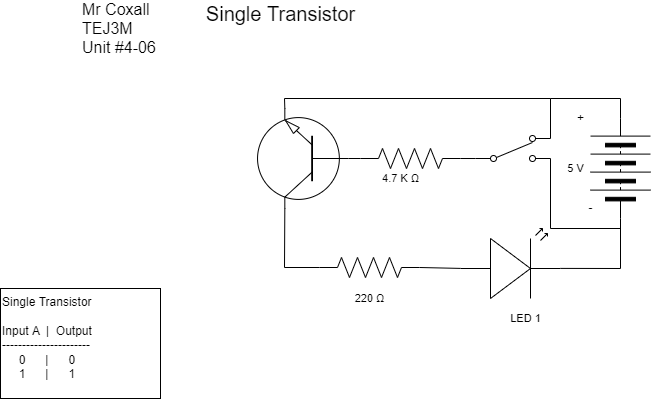
tej3m1-1-2021/TEJ3M-Unit4 keeps this draw.io diagram as Unit4-06/TEJ3M-Unit4-06.png. Above is the earlier version. Source tidied: cells renumbered, new cells last; positions are measured from the earlier drawing's top-left corner, leaving out a move shared by most shapes.
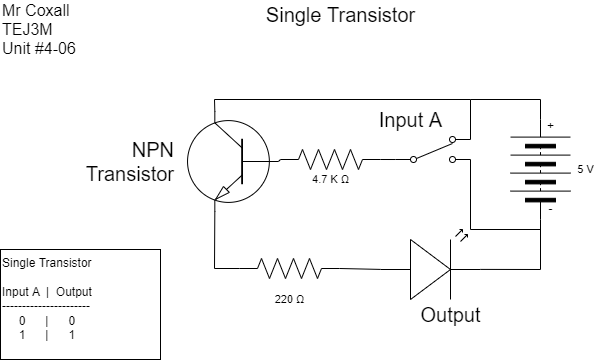
After the commit.

What changed in the source:
```diff
@@ -8,6 +8,13 @@
     <mxCell id="3" style="edgeStyle=none;rounded=0;html=1;exitX=1;exitY=0.5;exitDx=0;exitDy=0;exitPerimeter=0;entryX=0;entryY=0.57;entryDx=0;entryDy=0;entryPerimeter=0;fontSize=20;endArrow=none;endFill=0;" parent="1" edge="1" source="4" target="6">
       <mxGeometry relative="1" as="geometry" />
     </mxCell>
+    <mxCell id="24" style="edgeStyle=none;html=1;exitX=0;exitY=0.5;exitDx=0;exitDy=0;exitPerimeter=0;endArrow=none;endFill=0;entryX=0.7;entryY=1;entryDx=0;entryDy=0;entryPerimeter=0;rounded=0;" parent="1" edge="1" source="4" target="20">
+      <mxGeometry relative="1" as="geometry">
+        <Array as="points">
+          <mxPoint x="294" y="264" />
+        </Array>
+      </mxGeometry>
+    </mxCell>
     <mxCell id="4" style="verticalLabelPosition=bottom;shadow=0;dashed=0;align=center;html=1;verticalAlign=top;shape=mxgraph.electrical.resistors.resistor_2;" parent="1" vertex="1">
       <mxGeometry x="319" y="254" width="100" height="20" as="geometry" />
     </mxCell>
@@ -22,19 +29,16 @@
       <mxGeometry x="460" y="225" width="100" height="70" as="geometry" />
     </mxCell>
     <mxCell id="7" value="5 V" style="text;html=1;align=center;verticalAlign=middle;strokeColor=none;fillColor=none;fontSize=11;fontFamily=Helvetica;fontColor=default;" parent="1" vertex="1">
-      <mxGeometry x="560" y="155" width="30" height="20" as="geometry" />
+      <mxGeometry x="650" y="155" width="30" height="20" as="geometry" />
     </mxCell>
     <mxCell id="8" value="220&amp;nbsp;Ω" style="text;html=1;align=center;verticalAlign=middle;strokeColor=none;fillColor=none;fontSize=11;fontFamily=Helvetica;fontColor=default;" parent="1" vertex="1">
       <mxGeometry x="344" y="285" width="50" height="20" as="geometry" />
     </mxCell>
-    <mxCell id="9" value="LED 1" style="text;html=1;align=center;verticalAlign=middle;strokeColor=none;fillColor=none;fontSize=11;fontFamily=Helvetica;fontColor=default;" parent="1" vertex="1">
-      <mxGeometry x="500" y="305" width="50" height="20" as="geometry" />
-    </mxCell>
     <mxCell id="10" value="&lt;font style=&quot;font-size: 16px&quot;&gt;Mr Coxall&lt;br&gt;TEJ3M&lt;br&gt;&lt;/font&gt;&lt;div style=&quot;font-size: 16px&quot;&gt;&lt;font style=&quot;font-size: 16px&quot;&gt;Unit #4-06&lt;/font&gt;&lt;/div&gt;" style="text;html=1;align=left;verticalAlign=middle;strokeColor=none;fillColor=none;fontSize=11;fontFamily=Helvetica;fontColor=default;" parent="1" vertex="1">
       <mxGeometry x="80" width="90" height="50" as="geometry" />
     </mxCell>
     <mxCell id="11" value="&lt;font style=&quot;font-size: 20px&quot;&gt;Single Transistor&lt;/font&gt;" style="text;html=1;align=center;verticalAlign=middle;strokeColor=none;fillColor=none;fontSize=11;fontFamily=Helvetica;fontColor=default;" parent="1" vertex="1">
-      <mxGeometry x="200" width="160" height="20" as="geometry" />
+      <mxGeometry x="340" width="160" height="20" as="geometry" />
     </mxCell>
     <mxCell id="12" style="edgeStyle=none;rounded=0;html=1;exitX=1;exitY=0.115;exitDx=0;exitDy=0;exitPerimeter=0;fontSize=20;endArrow=none;endFill=0;entryX=1;entryY=0.5;entryDx=0;entryDy=0;" parent="1" edge="1" source="14" target="2">
       <mxGeometry relative="1" as="geometry">
@@ -56,27 +60,27 @@
       <mxGeometry x="475" y="132" width="75" height="26" as="geometry" />
     </mxCell>
     <mxCell id="15" value="-" style="text;html=1;align=center;verticalAlign=middle;strokeColor=none;fillColor=none;" parent="1" vertex="1">
-      <mxGeometry x="580" y="195" width="20" height="20" as="geometry" />
+      <mxGeometry x="620" y="195" width="20" height="20" as="geometry" />
     </mxCell>
     <mxCell id="16" value="+" style="text;html=1;align=center;verticalAlign=middle;strokeColor=none;fillColor=none;" parent="1" vertex="1">
-      <mxGeometry x="570" y="105" width="20" height="20" as="geometry" />
+      <mxGeometry x="620" y="112" width="20" height="20" as="geometry" />
     </mxCell>
     <mxCell id="17" value="Single Transistor&lt;br&gt;&lt;br&gt;Input A&amp;nbsp; |&amp;nbsp; Output&lt;br&gt;----------------------&lt;br&gt;&amp;nbsp; &amp;nbsp; &amp;nbsp;0&amp;nbsp; &amp;nbsp; &amp;nbsp; |&amp;nbsp; &amp;nbsp; &amp;nbsp; 0&lt;br&gt;&amp;nbsp; &amp;nbsp; &amp;nbsp;1&amp;nbsp; &amp;nbsp; &amp;nbsp; |&amp;nbsp; &amp;nbsp; &amp;nbsp; 1" style="rounded=0;whiteSpace=wrap;html=1;align=left;verticalAlign=top;" parent="1" vertex="1">
-      <mxGeometry y="285" width="160" height="110" as="geometry" />
+      <mxGeometry x="80" y="245" width="160" height="110" as="geometry" />
     </mxCell>
     <mxCell id="18" style="edgeStyle=none;rounded=0;html=1;exitX=0;exitY=0.5;exitDx=0;exitDy=0;exitPerimeter=0;entryX=0;entryY=0.5;entryDx=0;entryDy=0;entryPerimeter=0;fontSize=20;endArrow=none;endFill=0;" parent="1" edge="1" source="20" target="22">
       <mxGeometry relative="1" as="geometry" />
     </mxCell>
-    <mxCell id="19" style="edgeStyle=none;rounded=0;html=1;exitX=0.7;exitY=1;exitDx=0;exitDy=0;exitPerimeter=0;fontSize=20;endArrow=none;endFill=0;" parent="1" edge="1" source="20">
-      <mxGeometry relative="1" as="geometry">
-        <mxPoint x="550" y="95" as="targetPoint" />
-        <Array as="points">
-          <mxPoint x="284" y="95" />
-        </Array>
-      </mxGeometry>
-    </mxCell>
+    <mxCell id="25" style="edgeStyle=none;rounded=0;html=1;exitX=0.7;exitY=0;exitDx=0;exitDy=0;exitPerimeter=0;endArrow=none;endFill=0;" parent="1" edge="1" source="20">
+      <mxGeometry relative="1" as="geometry">
+        <mxPoint x="550" y="95" as="targetPoint" />
+        <Array as="points">
+          <mxPoint x="294" y="95" />
+        </Array>
+      </mxGeometry>
+    </mxCell>
-    <mxCell id="20" style="verticalLabelPosition=bottom;shadow=0;dashed=0;align=center;html=1;verticalAlign=top;shape=mxgraph.electrical.transistors.npn_transistor_1;fontSize=20;rotation=-180;" parent="1" vertex="1">
-      <mxGeometry x="255" y="105" width="95" height="100" as="geometry" />
+    <mxCell id="20" style="verticalLabelPosition=bottom;shadow=0;dashed=0;align=center;html=1;verticalAlign=top;shape=mxgraph.electrical.transistors.npn_transistor_1;fontSize=20;rotation=-180;flipV=1;" parent="1" vertex="1">
+      <mxGeometry x="265" y="107" width="95" height="100" as="geometry" />
     </mxCell>
     <mxCell id="21" style="edgeStyle=none;rounded=0;html=1;exitX=1;exitY=0.5;exitDx=0;exitDy=0;exitPerimeter=0;entryX=0;entryY=0.885;entryDx=0;entryDy=0;entryPerimeter=0;fontSize=20;endArrow=none;endFill=0;" parent="1" edge="1" source="22" target="14">
       <mxGeometry relative="1" as="geometry" />
@@ -85,14 +89,16 @@
       <mxGeometry x="360" y="145" width="100" height="20" as="geometry" />
     </mxCell>
     <mxCell id="23" value="4.7 K Ω" style="text;html=1;align=center;verticalAlign=middle;strokeColor=none;fillColor=none;fontSize=11;fontFamily=Helvetica;fontColor=default;" parent="1" vertex="1">
-      <mxGeometry x="375" y="165" width="50" height="20" as="geometry" />
+      <mxGeometry x="385" y="165" width="50" height="20" as="geometry" />
     </mxCell>
-    <mxCell id="24" style="edgeStyle=none;rounded=0;html=1;exitX=0;exitY=0.5;exitDx=0;exitDy=0;exitPerimeter=0;fontSize=20;endArrow=none;endFill=0;entryX=0.7;entryY=0;entryDx=0;entryDy=0;entryPerimeter=0;" parent="1" edge="1" source="4" target="20">
-      <mxGeometry relative="1" as="geometry">
-        <Array as="points">
-          <mxPoint x="284" y="264" />
-        </Array>
-      </mxGeometry>
-    </mxCell>
+    <mxCell id="26" value="Input A" style="text;html=1;align=center;verticalAlign=middle;strokeColor=none;fillColor=none;fontSize=20;" parent="1" vertex="1">
+      <mxGeometry x="450" y="100" width="80" height="30" as="geometry" />
+    </mxCell>
+    <mxCell id="27" value="NPN&lt;br&gt;&lt;div&gt;&lt;span&gt;Transistor&lt;/span&gt;&lt;/div&gt;" style="text;html=1;align=right;verticalAlign=middle;strokeColor=none;fillColor=none;fontSize=20;" parent="1" vertex="1">
+      <mxGeometry x="155" y="132" width="100" height="50" as="geometry" />
+    </mxCell>
+    <mxCell id="28" value="Output" style="text;html=1;align=center;verticalAlign=middle;strokeColor=none;fillColor=none;fontSize=20;" parent="1" vertex="1">
+      <mxGeometry x="490" y="295" width="80" height="30" as="geometry" />
+    </mxCell>
   </root>
 </mxGraphModel>
```
